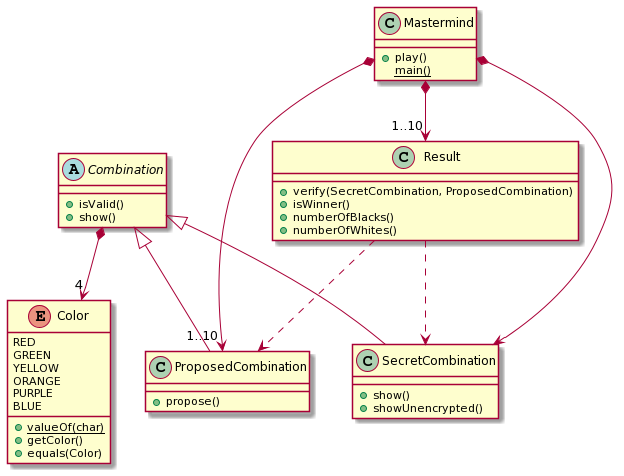
Before: Mastermind.png, a diagram exported from PlantUML (Master-Desarrollo-20-21/ejercicio-1-relaciones-entre-clases-ajsinoga).
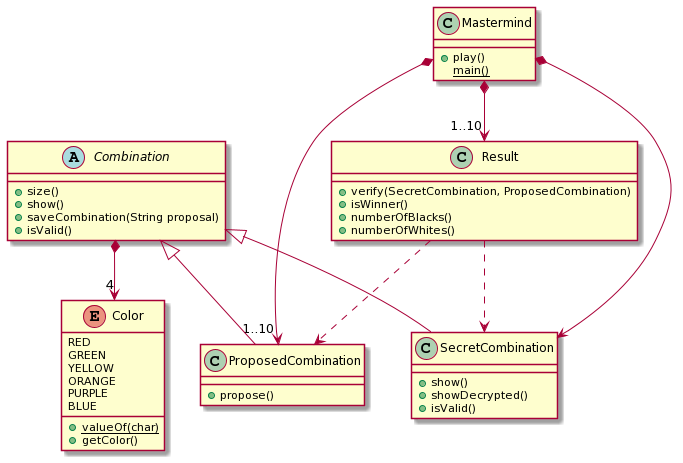
Above is the later version.

Commit message:
Modificado analizando cohesion

What changed in the source:
```diff
@@ -10,7 +10,8 @@
 class SecretCombination
 {
 +show()
-+showUnencrypted()
++showDecrypted()
++isValid()
 }
 
 Mastermind *-down-> "1..10" ProposedCombination
@@ -21,8 +22,10 @@
 
 abstract class Combination
 {
++size()
++show()
++saveCombination(String proposal)
 +isValid()
-+show()
 }
 
 Combination <|-down- SecretCombination
@@ -52,6 +55,5 @@
   BLUE
 +{static}valueOf(char)
 +getColor()
-+equals(Color)
 }
 @enduml
```
